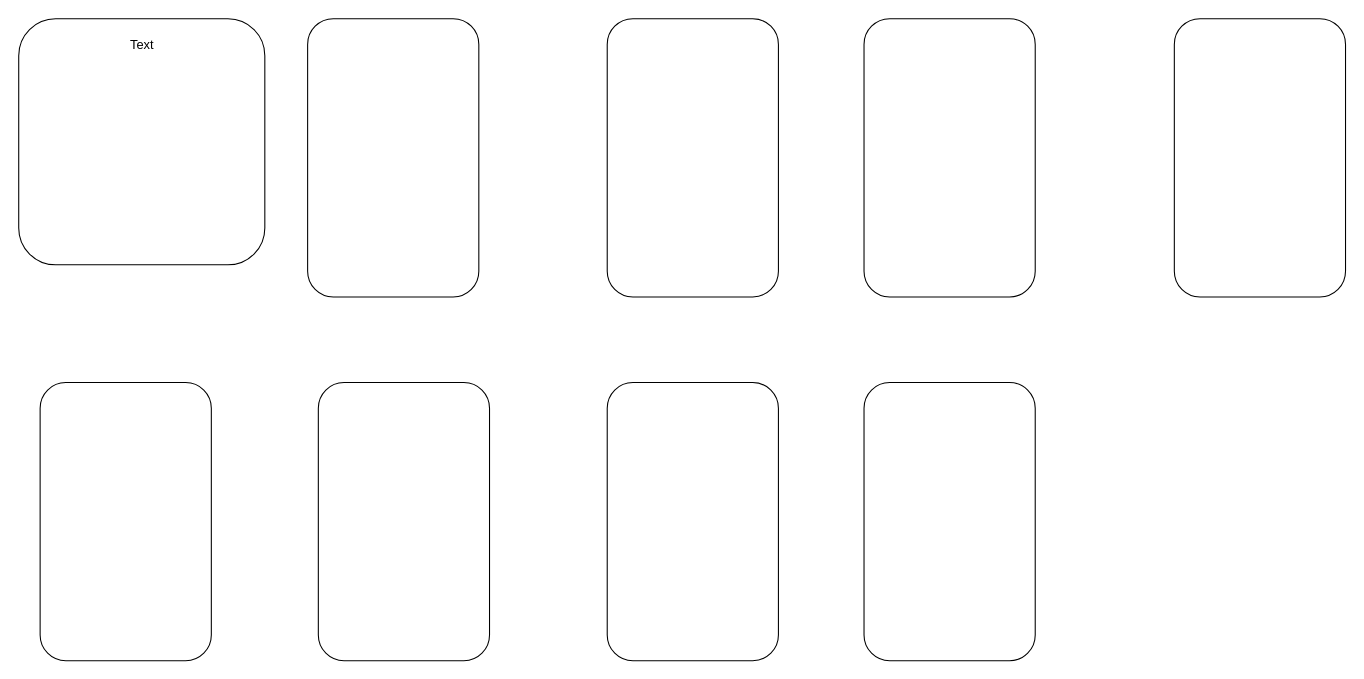
Above: documentation/Story board MW.drawio in Matt-H139/Software-major-work (draw.io), before the change. Source tidied: cells renumbered, new cells numbered last; positions are measured from the earlier drawing's top-left corner, leaving out a move shared by most shapes. Both pictures are drawn from the tidied source at 107%, with x=0, y=0 at pixel (18, 18).
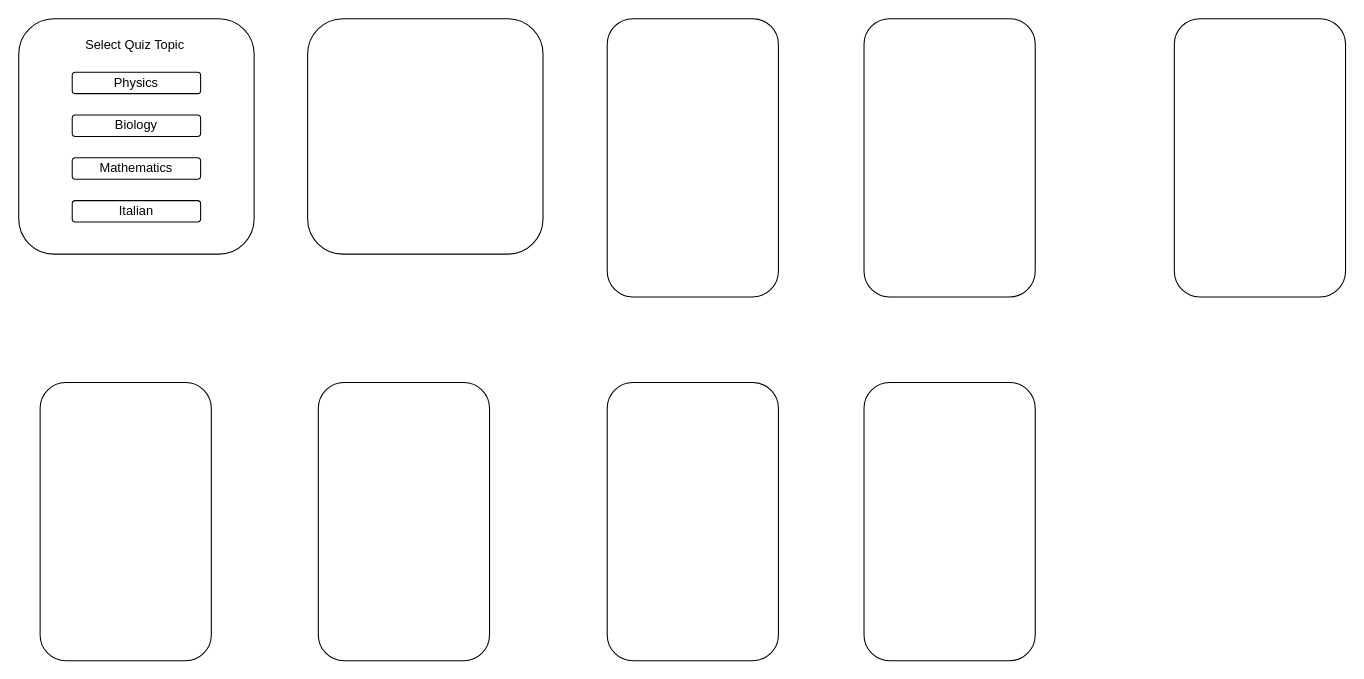
The same diagram, later.

Commit message (it also covers changes not shown here):
Title of quiz frame changes to show subject select

Change to the diagram source:
```diff
@@
 <mxGraphModel>
   <root>
     <mxCell id="0" />
     <mxCell id="1" parent="0" />
     <mxCell id="2" style="rounded=1;whiteSpace=wrap;html=1;" parent="1" vertex="1">
-      <mxGeometry width="230" height="230" as="geometry" />
+      <mxGeometry width="220" height="220" as="geometry" />
     </mxCell>
     <mxCell id="3" style="rounded=1;whiteSpace=wrap;html=1;" parent="1" vertex="1">
       <mxGeometry x="1080" width="160" height="260" as="geometry" />
     </mxCell>
     <mxCell id="4" style="rounded=1;whiteSpace=wrap;html=1;" parent="1" vertex="1">
       <mxGeometry x="790" y="340" width="160" height="260" as="geometry" />
     </mxCell>
     <mxCell id="5" style="rounded=1;whiteSpace=wrap;html=1;" parent="1" vertex="1">
       <mxGeometry x="790" width="160" height="260" as="geometry" />
     </mxCell>
     <mxCell id="6" style="rounded=1;whiteSpace=wrap;html=1;" parent="1" vertex="1">
       <mxGeometry x="20" y="340" width="160" height="260" as="geometry" />
     </mxCell>
     <mxCell id="7" style="rounded=1;whiteSpace=wrap;html=1;" parent="1" vertex="1">
       <mxGeometry x="280" y="340" width="160" height="260" as="geometry" />
     </mxCell>
     <mxCell id="8" style="rounded=1;whiteSpace=wrap;html=1;" parent="1" vertex="1">
       <mxGeometry x="550" y="340" width="160" height="260" as="geometry" />
     </mxCell>
     <mxCell id="9" style="rounded=1;whiteSpace=wrap;html=1;" parent="1" vertex="1">
       <mxGeometry x="550" width="160" height="260" as="geometry" />
     </mxCell>
     <mxCell id="10" style="rounded=1;whiteSpace=wrap;html=1;" parent="1" vertex="1">
-      <mxGeometry x="270" width="160" height="260" as="geometry" />
+      <mxGeometry x="270" width="220" height="220" as="geometry" />
     </mxCell>
-    <mxCell id="11" value="Text" style="text;html=1;align=center;verticalAlign=middle;strokeColor=none;fillColor=none;" parent="1" vertex="1">
-      <mxGeometry x="90" y="10" width="50" height="30" as="geometry" />
+    <mxCell id="11" value="Select Quiz Topic&amp;nbsp;" style="text;html=1;align=center;verticalAlign=middle;strokeColor=none;fillColor=none;" parent="1" vertex="1">
+      <mxGeometry x="50" y="10" width="120" height="30" as="geometry" />
     </mxCell>
+    <mxCell id="12" value="Physics" style="rounded=1;whiteSpace=wrap;html=1;" parent="1" vertex="1">
+      <mxGeometry x="50" y="50" width="120" height="20" as="geometry" />
+    </mxCell>
+    <mxCell id="13" value="Biology" style="rounded=1;whiteSpace=wrap;html=1;" parent="1" vertex="1">
+      <mxGeometry x="50" y="90" width="120" height="20" as="geometry" />
+    </mxCell>
+    <mxCell id="14" value="Mathematics" style="rounded=1;whiteSpace=wrap;html=1;" parent="1" vertex="1">
+      <mxGeometry x="50" y="130" width="120" height="20" as="geometry" />
+    </mxCell>
+    <mxCell id="15" value="Italian" style="rounded=1;whiteSpace=wrap;html=1;" parent="1" vertex="1">
+      <mxGeometry x="50" y="170" width="120" height="20" as="geometry" />
+    </mxCell>
   </root>
 </mxGraphModel>
```
